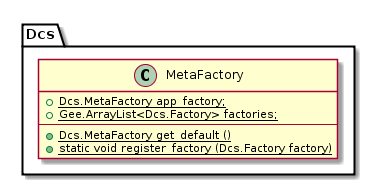
The PlantUML diagram report/figures/design/class/core/meta-factory.png in geoffjay/comp8506-docs, before a commit.
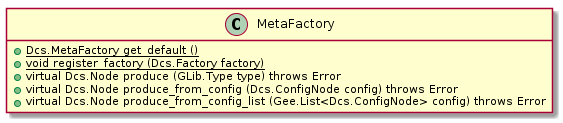
After the commit.

Change to the diagram source:
```diff
@@ -1,9 +1,10 @@
 @startuml
-class Dcs.MetaFactory {
-    +{static} Dcs.MetaFactory app_factory;
-    +{static} Gee.ArrayList<Dcs.Factory> factories;
-    ----
+hide class fields
+class MetaFactory {
     +{static} Dcs.MetaFactory get_default ()
-    +{static} static void register_factory (Dcs.Factory factory)
+    +{static} void register_factory (Dcs.Factory factory)
+    +virtual Dcs.Node produce (GLib.Type type) throws Error
+    +virtual Dcs.Node produce_from_config (Dcs.ConfigNode config) throws Error
+    +virtual Dcs.Node produce_from_config_list (Gee.List<Dcs.ConfigNode> config) throws Error
 }
 @enduml
```
